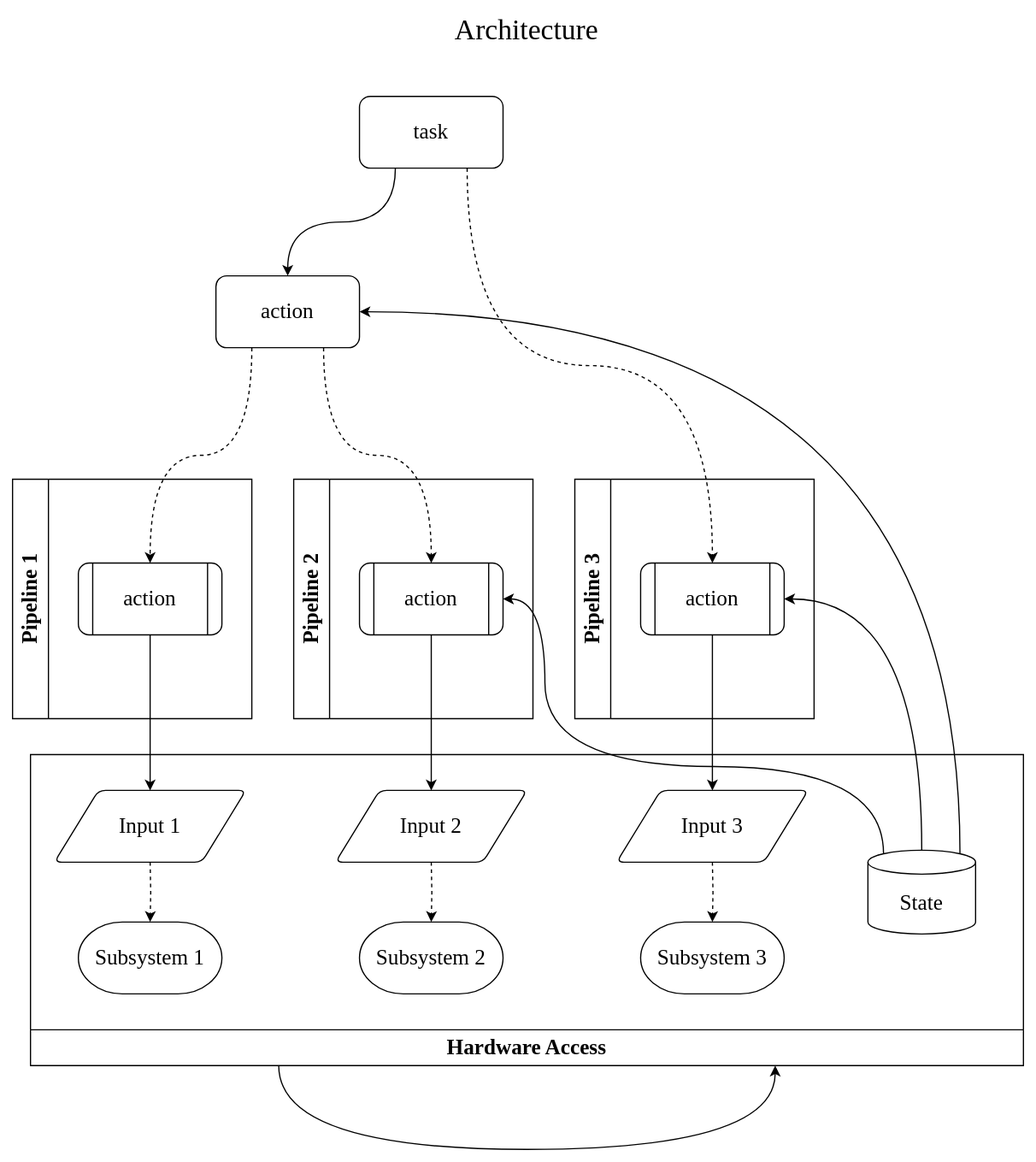
Earlier version of the draw.io export doc/media/concurrency-architecture.svg (West-Robotics/19953-ScrapMetal-IntoTheDeep). Source tidied: cells renumbered, new cells last; positions are measured from the earlier drawing's top-left corner, leaving out a move shared by most shapes. The source it was exported from:
```xml
<mxGraphModel>
  <root>
    <mxCell id="0" />
    <mxCell id="1" parent="0" />
    <mxCell id="2" style="edgeStyle=orthogonalEdgeStyle;rounded=0;jettySize=auto;html=1;exitX=0.25;exitY=1;exitDx=0;exitDy=0;entryX=0.5;entryY=0;entryDx=0;entryDy=0;curved=1;labelBackgroundColor=none;fontColor=default;" parent="1" edge="1" source="4" target="7">
      <mxGeometry relative="1" as="geometry" />
    </mxCell>
    <mxCell id="3" style="edgeStyle=orthogonalEdgeStyle;rounded=0;jettySize=auto;html=1;exitX=0.75;exitY=1;exitDx=0;exitDy=0;entryX=0.5;entryY=0;entryDx=0;entryDy=0;curved=1;dashed=1;labelBackgroundColor=none;fontColor=default;" parent="1" edge="1" source="4" target="13">
      <mxGeometry relative="1" as="geometry" />
    </mxCell>
    <mxCell id="4" value="&lt;font style=&quot;font-size: 18px;&quot; face=&quot;Comic Sans MS&quot;&gt;task&lt;/font&gt;" style="rounded=1;whiteSpace=wrap;html=1;labelBackgroundColor=none;" parent="1" vertex="1">
      <mxGeometry x="290" y="70" width="120" height="60" as="geometry" />
    </mxCell>
    <mxCell id="5" style="edgeStyle=orthogonalEdgeStyle;rounded=0;jettySize=auto;html=1;exitX=0.25;exitY=1;exitDx=0;exitDy=0;entryX=0.5;entryY=0;entryDx=0;entryDy=0;curved=1;dashed=1;labelBackgroundColor=none;fontColor=default;" parent="1" edge="1" source="7" target="9">
      <mxGeometry relative="1" as="geometry" />
    </mxCell>
    <mxCell id="6" style="edgeStyle=orthogonalEdgeStyle;rounded=0;jettySize=auto;html=1;exitX=0.75;exitY=1;exitDx=0;exitDy=0;curved=1;dashed=1;labelBackgroundColor=none;fontColor=default;" parent="1" edge="1" source="7" target="11">
      <mxGeometry relative="1" as="geometry" />
    </mxCell>
    <mxCell id="7" value="&lt;font style=&quot;font-size: 18px;&quot; face=&quot;Comic Sans MS&quot;&gt;action&lt;/font&gt;" style="rounded=1;whiteSpace=wrap;html=1;labelBackgroundColor=none;" parent="1" vertex="1">
      <mxGeometry x="170" y="220" width="120" height="60" as="geometry" />
    </mxCell>
    <mxCell id="8" value="&lt;font style=&quot;font-size: 18px;&quot; face=&quot;Comic Sans MS&quot;&gt;Pipeline 1&lt;br&gt;&lt;/font&gt;" style="swimlane;horizontal=0;whiteSpace=wrap;html=1;startSize=30;labelBackgroundColor=none;" parent="1" vertex="1">
      <mxGeometry y="390" width="200" height="200" as="geometry" />
    </mxCell>
    <mxCell id="9" value="&lt;font face=&quot;Comic Sans MS&quot; style=&quot;font-size: 18px;&quot;&gt;action&lt;/font&gt;" style="shape=process;whiteSpace=wrap;html=1;backgroundOutline=1;rounded=1;labelBackgroundColor=none;" parent="8" vertex="1">
      <mxGeometry x="55" y="70" width="120" height="60" as="geometry" />
    </mxCell>
    <mxCell id="10" value="&lt;font style=&quot;font-size: 18px;&quot; face=&quot;Comic Sans MS&quot;&gt;Pipeline 2&lt;br&gt;&lt;/font&gt;" style="swimlane;horizontal=0;whiteSpace=wrap;html=1;startSize=30;swimlaneLine=1;labelBackgroundColor=none;" parent="1" vertex="1">
      <mxGeometry x="235" y="390" width="200" height="200" as="geometry" />
    </mxCell>
    <mxCell id="11" value="&lt;font style=&quot;font-size: 18px;&quot; face=&quot;Comic Sans MS&quot;&gt;action&lt;/font&gt;" style="shape=process;whiteSpace=wrap;html=1;backgroundOutline=1;rounded=1;glass=0;shadow=0;labelBackgroundColor=none;" parent="10" vertex="1">
      <mxGeometry x="55" y="70" width="120" height="60" as="geometry" />
    </mxCell>
    <mxCell id="12" value="&lt;font style=&quot;font-size: 18px;&quot; face=&quot;Comic Sans MS&quot;&gt;Pipeline 3&lt;br&gt;&lt;/font&gt;" style="swimlane;horizontal=0;whiteSpace=wrap;html=1;startSize=30;labelBackgroundColor=none;" parent="1" vertex="1">
      <mxGeometry x="470" y="390" width="200" height="200" as="geometry" />
    </mxCell>
    <mxCell id="13" value="&lt;font style=&quot;font-size: 18px;&quot; face=&quot;Comic Sans MS&quot;&gt;action&lt;/font&gt;" style="shape=process;whiteSpace=wrap;html=1;backgroundOutline=1;rounded=1;labelBackgroundColor=none;" parent="12" vertex="1">
      <mxGeometry x="55" y="70" width="120" height="60" as="geometry" />
    </mxCell>
    <mxCell id="14" value="&lt;font style=&quot;font-size: 18px;&quot; face=&quot;Comic Sans MS&quot;&gt;Hardware Access&lt;br&gt;&lt;/font&gt;" style="swimlane;whiteSpace=wrap;html=1;direction=west;startSize=30;labelBackgroundColor=none;" parent="1" vertex="1">
      <mxGeometry x="15" y="620" width="830" height="260" as="geometry" />
    </mxCell>
    <mxCell id="15" value="&lt;font style=&quot;font-size: 18px;&quot; face=&quot;Comic Sans MS&quot;&gt;State&lt;/font&gt;" style="shape=cylinder3;whiteSpace=wrap;html=1;boundedLbl=1;backgroundOutline=1;size=10;labelBackgroundColor=none;" parent="14" vertex="1">
      <mxGeometry x="700" y="80" width="90" height="70" as="geometry" />
    </mxCell>
    <mxCell id="16" value="&lt;font style=&quot;font-size: 18px;&quot; face=&quot;Comic Sans MS&quot;&gt;Subsystem 1&lt;br&gt;&lt;/font&gt;" style="strokeWidth=1;html=1;shape=mxgraph.flowchart.terminator;whiteSpace=wrap;labelBackgroundColor=none;" parent="14" vertex="1">
      <mxGeometry x="40" y="140" width="120" height="60" as="geometry" />
    </mxCell>
    <mxCell id="17" style="edgeStyle=orthogonalEdgeStyle;rounded=0;jettySize=auto;html=1;exitX=0.5;exitY=1;exitDx=0;exitDy=0;entryX=0.5;entryY=0;entryDx=0;entryDy=0;entryPerimeter=0;dashed=1;labelBackgroundColor=none;fontColor=default;" parent="14" edge="1" target="16">
      <mxGeometry relative="1" as="geometry">
        <mxPoint x="100" y="90" as="sourcePoint" />
      </mxGeometry>
    </mxCell>
    <mxCell id="18" value="&lt;div&gt;&lt;font style=&quot;font-size: 18px;&quot; face=&quot;Comic Sans MS&quot;&gt;Subsystem 3&lt;/font&gt;&lt;/div&gt;" style="strokeWidth=1;html=1;shape=mxgraph.flowchart.terminator;whiteSpace=wrap;labelBackgroundColor=none;" parent="14" vertex="1">
      <mxGeometry x="510" y="140" width="120" height="60" as="geometry" />
    </mxCell>
    <mxCell id="19" value="&lt;font style=&quot;font-size: 18px;&quot; face=&quot;Comic Sans MS&quot;&gt;Subsystem 2&lt;br&gt;&lt;/font&gt;" style="strokeWidth=1;html=1;shape=mxgraph.flowchart.terminator;whiteSpace=wrap;labelBackgroundColor=none;" parent="14" vertex="1">
      <mxGeometry x="275" y="140" width="120" height="60" as="geometry" />
    </mxCell>
    <mxCell id="20" style="edgeStyle=orthogonalEdgeStyle;rounded=0;jettySize=auto;html=1;exitX=0.5;exitY=1;exitDx=0;exitDy=0;entryX=0.5;entryY=0;entryDx=0;entryDy=0;entryPerimeter=0;dashed=1;labelBackgroundColor=none;fontColor=default;" parent="14" edge="1" target="19">
      <mxGeometry relative="1" as="geometry">
        <mxPoint x="335" y="90" as="sourcePoint" />
      </mxGeometry>
    </mxCell>
    <mxCell id="21" style="edgeStyle=orthogonalEdgeStyle;rounded=0;jettySize=auto;html=1;exitX=0.5;exitY=1;exitDx=0;exitDy=0;entryX=0.5;entryY=0;entryDx=0;entryDy=0;entryPerimeter=0;dashed=1;labelBackgroundColor=none;fontColor=default;" parent="14" edge="1" target="18">
      <mxGeometry relative="1" as="geometry">
        <mxPoint x="570" y="90" as="sourcePoint" />
      </mxGeometry>
    </mxCell>
    <mxCell id="22" value="&lt;font style=&quot;font-size: 18px;&quot; face=&quot;Comic Sans MS&quot;&gt;Input 1&lt;br&gt;&lt;/font&gt;" style="shape=parallelogram;html=1;strokeWidth=1;perimeter=parallelogramPerimeter;whiteSpace=wrap;rounded=1;arcSize=12;size=0.23;labelBackgroundColor=none;" parent="14" vertex="1">
      <mxGeometry x="20" y="30" width="160" height="60" as="geometry" />
    </mxCell>
    <mxCell id="23" value="&lt;font style=&quot;font-size: 18px;&quot; face=&quot;Comic Sans MS&quot;&gt;Input 2&lt;br&gt;&lt;/font&gt;" style="shape=parallelogram;html=1;strokeWidth=1;perimeter=parallelogramPerimeter;whiteSpace=wrap;rounded=1;arcSize=12;size=0.23;labelBackgroundColor=none;" parent="14" vertex="1">
      <mxGeometry x="255" y="30" width="160" height="60" as="geometry" />
    </mxCell>
    <mxCell id="24" value="&lt;font style=&quot;font-size: 18px;&quot; face=&quot;Comic Sans MS&quot;&gt;Input 3&lt;br&gt;&lt;/font&gt;" style="shape=parallelogram;html=1;strokeWidth=1;perimeter=parallelogramPerimeter;whiteSpace=wrap;rounded=1;arcSize=12;size=0.23;labelBackgroundColor=none;" parent="14" vertex="1">
      <mxGeometry x="490" y="30" width="160" height="60" as="geometry" />
    </mxCell>
    <mxCell id="25" value="&lt;div&gt;&lt;font style=&quot;font-size: 24px;&quot; face=&quot;Comic Sans MS&quot;&gt;Architecture&lt;/font&gt;&lt;/div&gt;" style="text;html=1;align=center;verticalAlign=middle;whiteSpace=wrap;rounded=0;labelBackgroundColor=none;" parent="1" vertex="1">
      <mxGeometry x="330" width="200" height="30" as="geometry" />
    </mxCell>
    <mxCell id="26" style="edgeStyle=orthogonalEdgeStyle;rounded=0;jettySize=auto;html=1;exitX=0.5;exitY=1;exitDx=0;exitDy=0;labelBackgroundColor=none;fontColor=default;" parent="1" edge="1" source="9">
      <mxGeometry relative="1" as="geometry">
        <mxPoint x="115" y="650" as="targetPoint" />
      </mxGeometry>
    </mxCell>
    <mxCell id="27" style="edgeStyle=orthogonalEdgeStyle;rounded=0;jettySize=auto;html=1;exitX=0.5;exitY=1;exitDx=0;exitDy=0;entryX=0.5;entryY=0;entryDx=0;entryDy=0;labelBackgroundColor=none;fontColor=default;" parent="1" edge="1" source="11">
      <mxGeometry relative="1" as="geometry">
        <mxPoint x="350" y="650" as="targetPoint" />
      </mxGeometry>
    </mxCell>
    <mxCell id="28" style="edgeStyle=orthogonalEdgeStyle;rounded=0;jettySize=auto;html=1;exitX=0.5;exitY=1;exitDx=0;exitDy=0;entryX=0.5;entryY=0;entryDx=0;entryDy=0;labelBackgroundColor=none;fontColor=default;" parent="1" edge="1" source="13">
      <mxGeometry relative="1" as="geometry">
        <mxPoint x="585" y="650" as="targetPoint" />
      </mxGeometry>
    </mxCell>
    <mxCell id="29" style="edgeStyle=orthogonalEdgeStyle;rounded=0;orthogonalLoop=1;jettySize=auto;html=1;exitX=0.75;exitY=0;exitDx=0;exitDy=0;entryX=0.25;entryY=0;entryDx=0;entryDy=0;curved=1;labelBackgroundColor=none;fontColor=default;" parent="1" edge="1" source="14" target="14">
      <mxGeometry relative="1" as="geometry">
        <Array as="points">
          <mxPoint x="223" y="950" />
          <mxPoint x="638" y="950" />
        </Array>
      </mxGeometry>
    </mxCell>
    <mxCell id="30" style="edgeStyle=orthogonalEdgeStyle;rounded=0;jettySize=auto;html=1;exitX=0.855;exitY=0;exitDx=0;exitDy=2.9;exitPerimeter=0;entryX=1;entryY=0.5;entryDx=0;entryDy=0;curved=1;labelBackgroundColor=none;fontColor=default;" parent="1" edge="1" source="15" target="7">
      <mxGeometry relative="1" as="geometry">
        <Array as="points">
          <mxPoint x="792" y="250" />
        </Array>
      </mxGeometry>
    </mxCell>
    <mxCell id="31" style="edgeStyle=orthogonalEdgeStyle;rounded=0;jettySize=auto;html=1;exitX=0.145;exitY=0;exitDx=0;exitDy=2.9;exitPerimeter=0;entryX=1;entryY=0.5;entryDx=0;entryDy=0;curved=1;labelBackgroundColor=none;fontColor=default;" parent="1" edge="1" source="15" target="11">
      <mxGeometry relative="1" as="geometry">
        <Array as="points">
          <mxPoint x="728" y="630" />
          <mxPoint x="445" y="630" />
          <mxPoint x="445" y="490" />
        </Array>
      </mxGeometry>
    </mxCell>
    <mxCell id="32" style="edgeStyle=orthogonalEdgeStyle;rounded=0;jettySize=auto;html=1;exitX=0.5;exitY=0;exitDx=0;exitDy=0;exitPerimeter=0;entryX=1;entryY=0.5;entryDx=0;entryDy=0;curved=1;labelBackgroundColor=none;fontColor=default;" parent="1" edge="1" source="15" target="13">
      <mxGeometry relative="1" as="geometry" />
    </mxCell>
  </root>
</mxGraphModel>
```
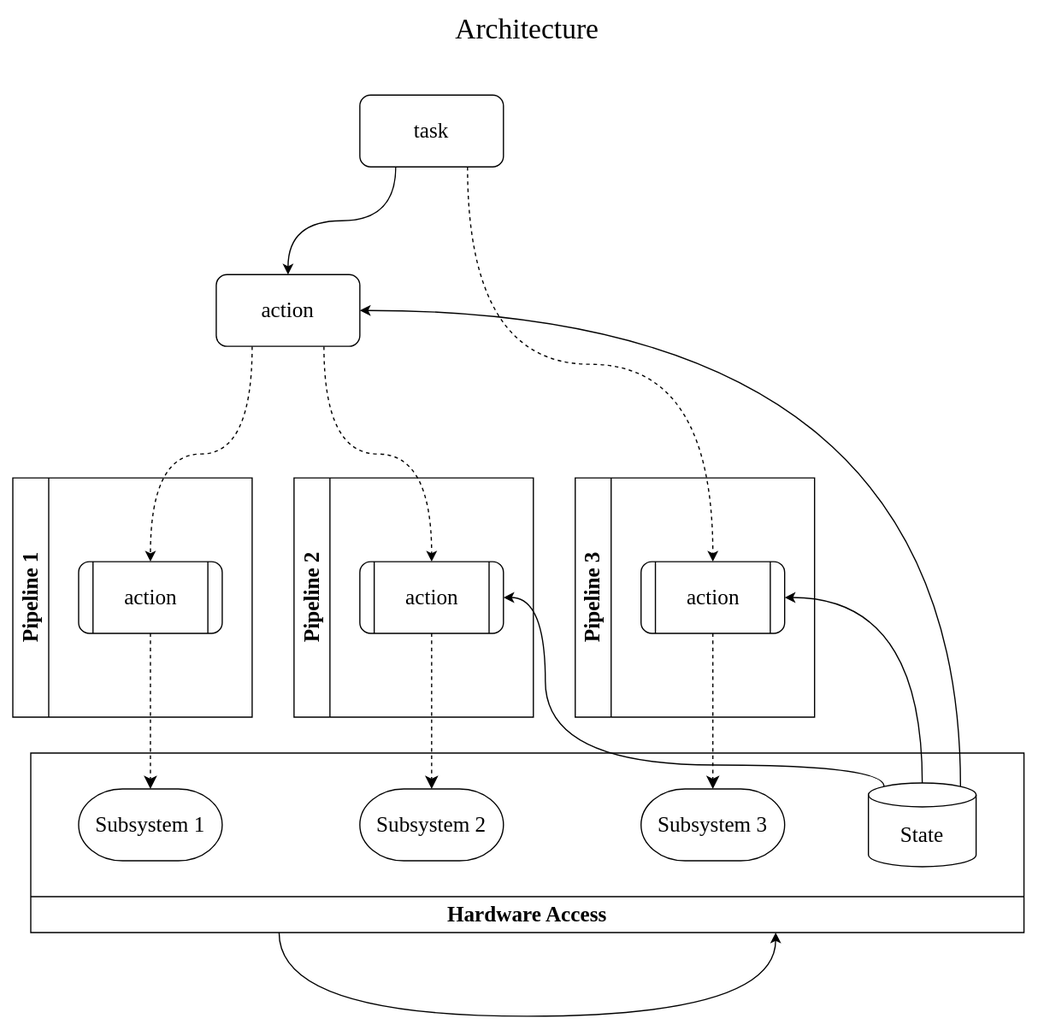
Above is the later version.

Commit message:
docs: update README to match new concurrency architecture

Change to the diagram source:
```diff
@@ -39,67 +39,28 @@
       <mxGeometry x="55" y="70" width="120" height="60" as="geometry" />
     </mxCell>
     <mxCell id="14" value="&lt;font style=&quot;font-size: 18px;&quot; face=&quot;Comic Sans MS&quot;&gt;Hardware Access&lt;br&gt;&lt;/font&gt;" style="swimlane;whiteSpace=wrap;html=1;direction=west;startSize=30;labelBackgroundColor=none;" parent="1" vertex="1">
-      <mxGeometry x="15" y="620" width="830" height="260" as="geometry" />
+      <mxGeometry x="15" y="620" width="830" height="150" as="geometry" />
     </mxCell>
     <mxCell id="15" value="&lt;font style=&quot;font-size: 18px;&quot; face=&quot;Comic Sans MS&quot;&gt;State&lt;/font&gt;" style="shape=cylinder3;whiteSpace=wrap;html=1;boundedLbl=1;backgroundOutline=1;size=10;labelBackgroundColor=none;" parent="14" vertex="1">
-      <mxGeometry x="700" y="80" width="90" height="70" as="geometry" />
+      <mxGeometry x="700" y="25" width="90" height="70" as="geometry" />
     </mxCell>
     <mxCell id="16" value="&lt;font style=&quot;font-size: 18px;&quot; face=&quot;Comic Sans MS&quot;&gt;Subsystem 1&lt;br&gt;&lt;/font&gt;" style="strokeWidth=1;html=1;shape=mxgraph.flowchart.terminator;whiteSpace=wrap;labelBackgroundColor=none;" parent="14" vertex="1">
-      <mxGeometry x="40" y="140" width="120" height="60" as="geometry" />
+      <mxGeometry x="40" y="30" width="120" height="60" as="geometry" />
     </mxCell>
-    <mxCell id="17" style="edgeStyle=orthogonalEdgeStyle;rounded=0;jettySize=auto;html=1;exitX=0.5;exitY=1;exitDx=0;exitDy=0;entryX=0.5;entryY=0;entryDx=0;entryDy=0;entryPerimeter=0;dashed=1;labelBackgroundColor=none;fontColor=default;" parent="14" edge="1" target="16">
-      <mxGeometry relative="1" as="geometry">
-        <mxPoint x="100" y="90" as="sourcePoint" />
-      </mxGeometry>
-    </mxCell>
     <mxCell id="18" value="&lt;div&gt;&lt;font style=&quot;font-size: 18px;&quot; face=&quot;Comic Sans MS&quot;&gt;Subsystem 3&lt;/font&gt;&lt;/div&gt;" style="strokeWidth=1;html=1;shape=mxgraph.flowchart.terminator;whiteSpace=wrap;labelBackgroundColor=none;" parent="14" vertex="1">
-      <mxGeometry x="510" y="140" width="120" height="60" as="geometry" />
+      <mxGeometry x="510" y="30" width="120" height="60" as="geometry" />
     </mxCell>
     <mxCell id="19" value="&lt;font style=&quot;font-size: 18px;&quot; face=&quot;Comic Sans MS&quot;&gt;Subsystem 2&lt;br&gt;&lt;/font&gt;" style="strokeWidth=1;html=1;shape=mxgraph.flowchart.terminator;whiteSpace=wrap;labelBackgroundColor=none;" parent="14" vertex="1">
-      <mxGeometry x="275" y="140" width="120" height="60" as="geometry" />
+      <mxGeometry x="275" y="30" width="120" height="60" as="geometry" />
     </mxCell>
-    <mxCell id="20" style="edgeStyle=orthogonalEdgeStyle;rounded=0;jettySize=auto;html=1;exitX=0.5;exitY=1;exitDx=0;exitDy=0;entryX=0.5;entryY=0;entryDx=0;entryDy=0;entryPerimeter=0;dashed=1;labelBackgroundColor=none;fontColor=default;" parent="14" edge="1" target="19">
-      <mxGeometry relative="1" as="geometry">
-        <mxPoint x="335" y="90" as="sourcePoint" />
-      </mxGeometry>
-    </mxCell>
-    <mxCell id="21" style="edgeStyle=orthogonalEdgeStyle;rounded=0;jettySize=auto;html=1;exitX=0.5;exitY=1;exitDx=0;exitDy=0;entryX=0.5;entryY=0;entryDx=0;entryDy=0;entryPerimeter=0;dashed=1;labelBackgroundColor=none;fontColor=default;" parent="14" edge="1" target="18">
-      <mxGeometry relative="1" as="geometry">
-        <mxPoint x="570" y="90" as="sourcePoint" />
-      </mxGeometry>
-    </mxCell>
-    <mxCell id="22" value="&lt;font style=&quot;font-size: 18px;&quot; face=&quot;Comic Sans MS&quot;&gt;Input 1&lt;br&gt;&lt;/font&gt;" style="shape=parallelogram;html=1;strokeWidth=1;perimeter=parallelogramPerimeter;whiteSpace=wrap;rounded=1;arcSize=12;size=0.23;labelBackgroundColor=none;" parent="14" vertex="1">
-      <mxGeometry x="20" y="30" width="160" height="60" as="geometry" />
-    </mxCell>
-    <mxCell id="23" value="&lt;font style=&quot;font-size: 18px;&quot; face=&quot;Comic Sans MS&quot;&gt;Input 2&lt;br&gt;&lt;/font&gt;" style="shape=parallelogram;html=1;strokeWidth=1;perimeter=parallelogramPerimeter;whiteSpace=wrap;rounded=1;arcSize=12;size=0.23;labelBackgroundColor=none;" parent="14" vertex="1">
-      <mxGeometry x="255" y="30" width="160" height="60" as="geometry" />
-    </mxCell>
-    <mxCell id="24" value="&lt;font style=&quot;font-size: 18px;&quot; face=&quot;Comic Sans MS&quot;&gt;Input 3&lt;br&gt;&lt;/font&gt;" style="shape=parallelogram;html=1;strokeWidth=1;perimeter=parallelogramPerimeter;whiteSpace=wrap;rounded=1;arcSize=12;size=0.23;labelBackgroundColor=none;" parent="14" vertex="1">
-      <mxGeometry x="490" y="30" width="160" height="60" as="geometry" />
-    </mxCell>
     <mxCell id="25" value="&lt;div&gt;&lt;font style=&quot;font-size: 24px;&quot; face=&quot;Comic Sans MS&quot;&gt;Architecture&lt;/font&gt;&lt;/div&gt;" style="text;html=1;align=center;verticalAlign=middle;whiteSpace=wrap;rounded=0;labelBackgroundColor=none;" parent="1" vertex="1">
       <mxGeometry x="330" width="200" height="30" as="geometry" />
     </mxCell>
-    <mxCell id="26" style="edgeStyle=orthogonalEdgeStyle;rounded=0;jettySize=auto;html=1;exitX=0.5;exitY=1;exitDx=0;exitDy=0;labelBackgroundColor=none;fontColor=default;" parent="1" edge="1" source="9">
-      <mxGeometry relative="1" as="geometry">
-        <mxPoint x="115" y="650" as="targetPoint" />
-      </mxGeometry>
-    </mxCell>
-    <mxCell id="27" style="edgeStyle=orthogonalEdgeStyle;rounded=0;jettySize=auto;html=1;exitX=0.5;exitY=1;exitDx=0;exitDy=0;entryX=0.5;entryY=0;entryDx=0;entryDy=0;labelBackgroundColor=none;fontColor=default;" parent="1" edge="1" source="11">
-      <mxGeometry relative="1" as="geometry">
-        <mxPoint x="350" y="650" as="targetPoint" />
-      </mxGeometry>
-    </mxCell>
-    <mxCell id="28" style="edgeStyle=orthogonalEdgeStyle;rounded=0;jettySize=auto;html=1;exitX=0.5;exitY=1;exitDx=0;exitDy=0;entryX=0.5;entryY=0;entryDx=0;entryDy=0;labelBackgroundColor=none;fontColor=default;" parent="1" edge="1" source="13">
-      <mxGeometry relative="1" as="geometry">
-        <mxPoint x="585" y="650" as="targetPoint" />
-      </mxGeometry>
-    </mxCell>
     <mxCell id="29" style="edgeStyle=orthogonalEdgeStyle;rounded=0;orthogonalLoop=1;jettySize=auto;html=1;exitX=0.75;exitY=0;exitDx=0;exitDy=0;entryX=0.25;entryY=0;entryDx=0;entryDy=0;curved=1;labelBackgroundColor=none;fontColor=default;" parent="1" edge="1" source="14" target="14">
       <mxGeometry relative="1" as="geometry">
         <Array as="points">
-          <mxPoint x="223" y="950" />
-          <mxPoint x="638" y="950" />
+          <mxPoint x="223" y="840" />
+          <mxPoint x="638" y="840" />
         </Array>
       </mxGeometry>
     </mxCell>
@@ -122,5 +83,14 @@
     <mxCell id="32" style="edgeStyle=orthogonalEdgeStyle;rounded=0;jettySize=auto;html=1;exitX=0.5;exitY=0;exitDx=0;exitDy=0;exitPerimeter=0;entryX=1;entryY=0.5;entryDx=0;entryDy=0;curved=1;labelBackgroundColor=none;fontColor=default;" parent="1" edge="1" source="15" target="13">
       <mxGeometry relative="1" as="geometry" />
     </mxCell>
+    <mxCell id="33" style="edgeStyle=none;curved=1;rounded=0;jettySize=auto;html=1;exitX=0.5;exitY=1;exitDx=0;exitDy=0;entryX=0.5;entryY=0;entryDx=0;entryDy=0;entryPerimeter=0;fontSize=12;startSize=8;endSize=8;dashed=1;" parent="1" edge="1" source="9" target="16">
+      <mxGeometry relative="1" as="geometry" />
+    </mxCell>
+    <mxCell id="34" style="edgeStyle=none;curved=1;rounded=0;jettySize=auto;html=1;exitX=0.5;exitY=1;exitDx=0;exitDy=0;entryX=0.5;entryY=0;entryDx=0;entryDy=0;entryPerimeter=0;fontSize=12;startSize=8;endSize=8;dashed=1;" parent="1" edge="1" source="11" target="19">
+      <mxGeometry relative="1" as="geometry" />
+    </mxCell>
+    <mxCell id="35" style="edgeStyle=none;curved=1;rounded=0;jettySize=auto;html=1;exitX=0.5;exitY=1;exitDx=0;exitDy=0;entryX=0.5;entryY=0;entryDx=0;entryDy=0;entryPerimeter=0;fontSize=12;startSize=8;endSize=8;dashed=1;strokeWidth=1;" parent="1" edge="1" source="13" target="18">
+      <mxGeometry relative="1" as="geometry" />
+    </mxCell>
   </root>
 </mxGraphModel>
```
